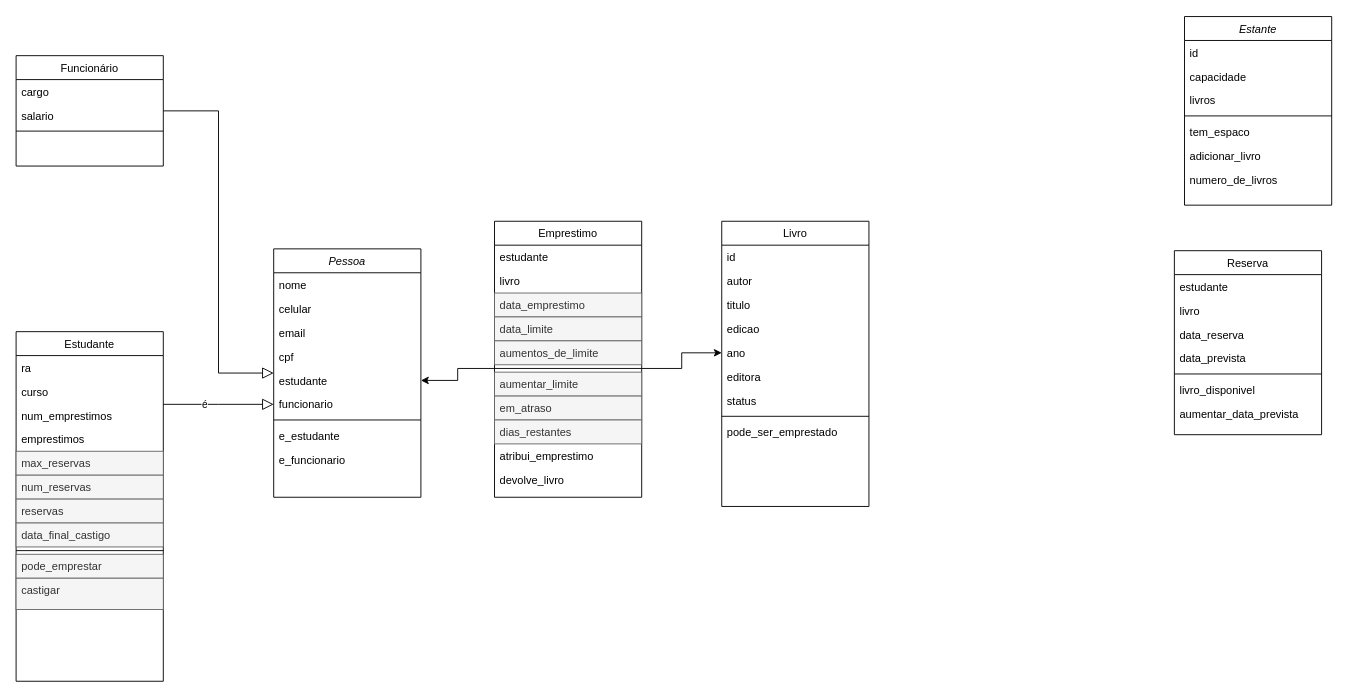
Before: lab02/Diagrama.drawio in Vitor-Boldrin/MC322, a draw.io diagram. Source tidied: cells renumbered, new cells numbered last; positions are measured from the earlier drawing's top-left corner, leaving out a move shared by most shapes. Both pictures are drawn from the tidied source at 92%, with x=0, y=0 at pixel (16, 17).
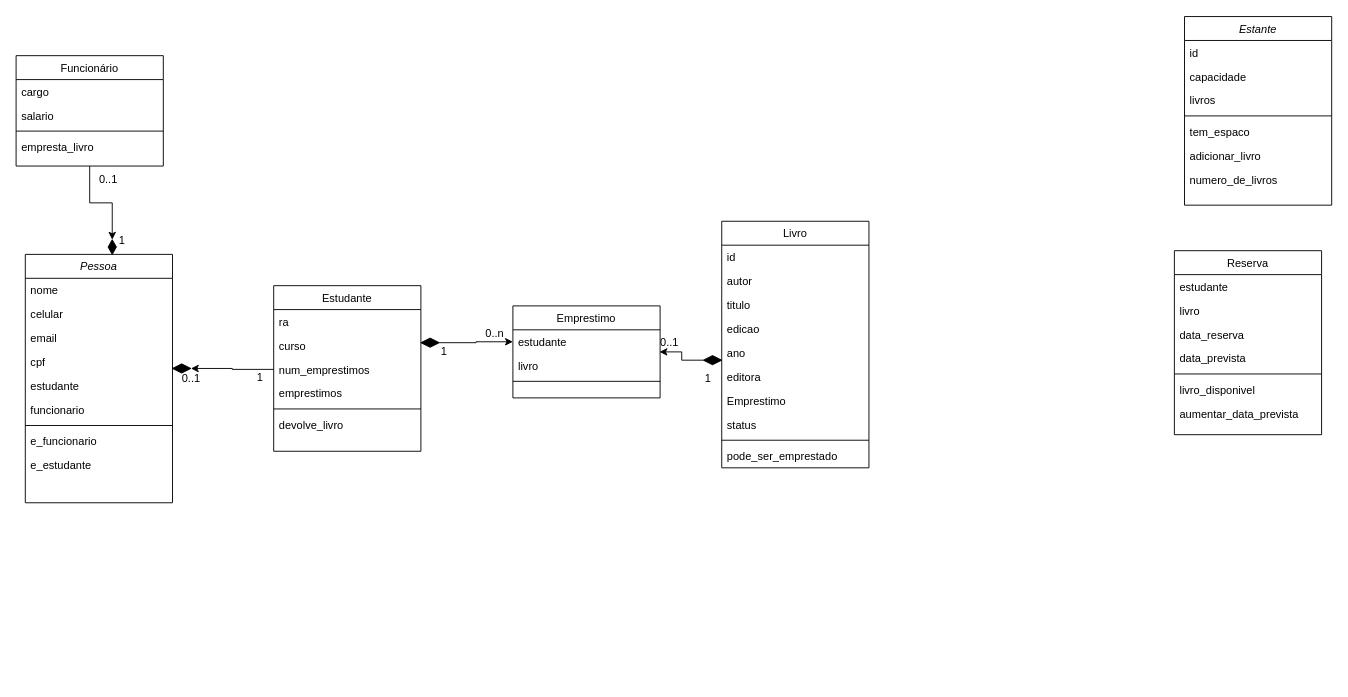
The same page after the edit.

Unchanged cells that the change refers to:
```xml
<mxCell id="7" value="estudante" style="text;align=left;verticalAlign=top;spacingLeft=4;spacingRight=4;overflow=hidden;points=[[0,0.5],[1,0.5]];portConstraint=eastwest;rounded=0;shadow=0;html=0;" parent="2" vertex="1">
  <mxGeometry y="130" width="160" height="26" as="geometry" />
</mxCell>
<mxCell id="8" value="funcionario" style="text;align=left;verticalAlign=top;spacingLeft=4;spacingRight=4;overflow=hidden;points=[[0,0.5],[1,0.5]];portConstraint=eastwest;rounded=0;shadow=0;html=0;" parent="2" vertex="1">
  <mxGeometry y="156" width="160" height="26" as="geometry" />
</mxCell>
<mxCell id="15" value="num_emprestimos" style="text;align=left;verticalAlign=top;spacingLeft=4;spacingRight=4;overflow=hidden;points=[[0,0.5],[1,0.5]];portConstraint=eastwest;rounded=0;shadow=0;html=0;" parent="12" vertex="1">
  <mxGeometry y="78" width="160" height="26" as="geometry" />
</mxCell>
<mxCell id="26" value="Funcionário" style="swimlane;fontStyle=0;align=center;verticalAlign=top;horizontal=1;startSize=26;rounded=0;shadow=0;strokeWidth=1;" parent="1" vertex="1">
  <mxGeometry y="42" width="160" height="120" as="geometry" />
</mxCell>
<mxCell id="36" value="ano" style="text;align=left;verticalAlign=top;spacingLeft=4;spacingRight=4;overflow=hidden;points=[[0,0.5],[1,0.5]];portConstraint=eastwest;rounded=0;shadow=0;html=0;" parent="31" vertex="1">
  <mxGeometry y="130" width="160" height="26" as="geometry" />
</mxCell>
<mxCell id="42" value="estudante" style="text;align=left;verticalAlign=top;spacingLeft=4;spacingRight=4;overflow=hidden;points=[[0,0.5],[1,0.5]];portConstraint=eastwest;" parent="41" vertex="1">
  <mxGeometry y="26" width="160" height="26" as="geometry" />
</mxCell>
```

Change to the diagram source:
```diff
@@
     <mxCell id="2" value="Pessoa" style="swimlane;fontStyle=2;align=center;verticalAlign=top;horizontal=1;startSize=26;rounded=0;shadow=0;strokeWidth=1;" parent="1" vertex="1">
-      <mxGeometry x="280" y="252" width="160" height="270" as="geometry" />
+      <mxGeometry x="10" y="258" width="160" height="270" as="geometry" />
     </mxCell>
@@
+    <mxCell id="11" value="e_funcionario&#10;" style="text;align=left;verticalAlign=top;spacingLeft=4;spacingRight=4;overflow=hidden;rounded=0;shadow=0;html=0;" parent="2" vertex="1">
+      <mxGeometry y="190" width="160" height="26" as="geometry" />
+    </mxCell>
     <mxCell id="10" value="e_estudante" style="text;align=left;verticalAlign=top;spacingLeft=4;spacingRight=4;overflow=hidden;rounded=0;shadow=0;html=0;" parent="2" vertex="1">
-      <mxGeometry y="190" width="160" height="26" as="geometry" />
+      <mxGeometry y="216" width="160" height="26" as="geometry" />
     </mxCell>
-    <mxCell id="11" value="e_funcionario&#10;" style="text;align=left;verticalAlign=top;spacingLeft=4;spacingRight=4;overflow=hidden;rounded=0;shadow=0;html=0;" parent="2" vertex="1">
-      <mxGeometry y="216" width="160" height="26" as="geometry" />
-    </mxCell>
     <mxCell id="12" value="Estudante" style="swimlane;fontStyle=0;align=center;verticalAlign=top;horizontal=1;startSize=26;rounded=0;shadow=0;strokeWidth=1;" parent="1" vertex="1">
-      <mxGeometry y="342" width="160" height="380" as="geometry" />
+      <mxGeometry x="280" y="292" width="160" height="180" as="geometry" />
     </mxCell>
@@
-    <mxCell id="17" value="max_reservas" style="text;align=left;verticalAlign=top;spacingLeft=4;spacingRight=4;overflow=hidden;rounded=0;shadow=0;html=0;fillColor=#f5f5f5;fontColor=#333333;strokeColor=#666666;" parent="12" vertex="1">
-      <mxGeometry y="130" width="160" height="26" as="geometry" />
-    </mxCell>
-    <mxCell id="18" value="num_reservas" style="text;align=left;verticalAlign=top;spacingLeft=4;spacingRight=4;overflow=hidden;rounded=0;shadow=0;html=0;fillColor=#f5f5f5;fontColor=#333333;strokeColor=#666666;" parent="12" vertex="1">
-      <mxGeometry y="156" width="160" height="26" as="geometry" />
-    </mxCell>
-    <mxCell id="19" value="reservas" style="text;align=left;verticalAlign=top;spacingLeft=4;spacingRight=4;overflow=hidden;rounded=0;shadow=0;html=0;fillColor=#f5f5f5;fontColor=#333333;strokeColor=#666666;" parent="12" vertex="1">
-      <mxGeometry y="182" width="160" height="26" as="geometry" />
-    </mxCell>
-    <mxCell id="20" value="data_final_castigo" style="text;align=left;verticalAlign=top;spacingLeft=4;spacingRight=4;overflow=hidden;rounded=0;shadow=0;html=0;fillColor=#f5f5f5;fontColor=#333333;strokeColor=#666666;" parent="12" vertex="1">
-      <mxGeometry y="208" width="160" height="26" as="geometry" />
-    </mxCell>
     <mxCell id="21" style="line;html=1;strokeWidth=1;align=left;verticalAlign=middle;spacingTop=-1;spacingLeft=3;spacingRight=3;labelPosition=right;" parent="12" vertex="1">
-      <mxGeometry y="234" width="160" height="8" as="geometry" />
+      <mxGeometry y="130" width="160" height="8" as="geometry" />
     </mxCell>
-    <mxCell id="22" value="pode_emprestar" style="text;align=left;verticalAlign=top;spacingLeft=4;spacingRight=4;overflow=hidden;fillColor=#f5f5f5;fontColor=#333333;strokeColor=#666666;" parent="12" vertex="1">
-      <mxGeometry y="242" width="160" height="26" as="geometry" />
-    </mxCell>
-    <mxCell id="23" value="castigar" style="text;align=left;verticalAlign=top;spacingLeft=4;spacingRight=4;overflow=hidden;fillColor=#f5f5f5;fontColor=#333333;strokeColor=#666666;" parent="12" vertex="1">
-      <mxGeometry y="268" width="160" height="34" as="geometry" />
+    <mxCell id="23" value="devolve_livro" style="text;align=left;verticalAlign=top;spacingLeft=4;spacingRight=4;overflow=hidden;" parent="12" vertex="1">
+      <mxGeometry y="138" width="160" height="34" as="geometry" />
     </mxCell>
-    <mxCell id="24" style="endArrow=block;endSize=10;endFill=0;shadow=0;strokeWidth=1;rounded=0;edgeStyle=elbowEdgeStyle;elbow=vertical;entryX=0;entryY=0.5;entryDx=0;entryDy=0;" parent="1" edge="1" source="12" target="8">
-      <mxGeometry relative="1" as="geometry" />
-    </mxCell>
-    <mxCell id="25" value="é" style="edgeLabel;html=1;align=center;verticalAlign=middle;" parent="24" vertex="1">
-      <mxGeometry x="-0.27" relative="1" as="geometry" />
-    </mxCell>
+    <mxCell id="71" style="edgeStyle=orthogonalEdgeStyle;rounded=0;jettySize=auto;html=1;entryX=0.5;entryY=0;entryDx=0;entryDy=0;" parent="1" edge="1" source="26" target="78">
+      <mxGeometry relative="1" as="geometry" />
+    </mxCell>
@@
-    <mxCell id="30" style="endArrow=block;endSize=10;endFill=0;shadow=0;strokeWidth=1;rounded=0;edgeStyle=elbowEdgeStyle;elbow=horizontal;" parent="1" edge="1" source="26" target="2">
-      <mxGeometry relative="1" as="geometry" />
-    </mxCell>
+    <mxCell id="72" value="empresta_livro" style="text;align=left;verticalAlign=top;spacingLeft=4;spacingRight=4;overflow=hidden;" parent="26" vertex="1">
+      <mxGeometry y="86" width="160" height="26" as="geometry" />
+    </mxCell>
     <mxCell id="31" value="Livro" style="swimlane;fontStyle=0;align=center;verticalAlign=top;horizontal=1;startSize=26;rounded=0;shadow=0;strokeWidth=1;" parent="1" vertex="1">
-      <mxGeometry x="767" y="222" width="160" height="310" as="geometry" />
+      <mxGeometry x="767" y="222" width="160" height="268" as="geometry" />
     </mxCell>
@@
+    <mxCell id="73" value="Emprestimo" style="text;align=left;verticalAlign=top;spacingLeft=4;spacingRight=4;overflow=hidden;rounded=0;shadow=0;html=0;" parent="31" vertex="1">
+      <mxGeometry y="182" width="160" height="26" as="geometry" />
+    </mxCell>
     <mxCell id="38" value="status" style="text;align=left;verticalAlign=top;spacingLeft=4;spacingRight=4;overflow=hidden;rounded=0;shadow=0;html=0;" parent="31" vertex="1">
-      <mxGeometry y="182" width="160" height="26" as="geometry" />
+      <mxGeometry y="208" width="160" height="26" as="geometry" />
     </mxCell>
     <mxCell id="39" style="line;html=1;strokeWidth=1;align=left;verticalAlign=middle;spacingTop=-1;spacingLeft=3;spacingRight=3;labelPosition=right;" parent="31" vertex="1">
-      <mxGeometry y="208" width="160" height="8" as="geometry" />
+      <mxGeometry y="234" width="160" height="8" as="geometry" />
     </mxCell>
     <mxCell id="40" value="pode_ser_emprestado" style="text;align=left;verticalAlign=top;spacingLeft=4;spacingRight=4;overflow=hidden;" parent="31" vertex="1">
-      <mxGeometry y="216" width="160" height="26" as="geometry" />
+      <mxGeometry y="242" width="160" height="26" as="geometry" />
     </mxCell>
     <mxCell id="41" value="Emprestimo" style="swimlane;fontStyle=0;align=center;verticalAlign=top;horizontal=1;startSize=26;rounded=0;shadow=0;strokeWidth=1;" parent="1" vertex="1">
-      <mxGeometry x="520" y="222" width="160" height="300" as="geometry" />
+      <mxGeometry x="540" y="314" width="160" height="100" as="geometry" />
     </mxCell>
@@
-    <mxCell id="44" value="data_emprestimo" style="text;align=left;verticalAlign=top;spacingLeft=4;spacingRight=4;overflow=hidden;rounded=0;shadow=0;html=0;fillColor=#f5f5f5;fontColor=#333333;strokeColor=#666666;" parent="41" vertex="1">
-      <mxGeometry y="78" width="160" height="26" as="geometry" />
-    </mxCell>
-    <mxCell id="45" value="data_limite" style="text;align=left;verticalAlign=top;spacingLeft=4;spacingRight=4;overflow=hidden;rounded=0;shadow=0;html=0;fillColor=#f5f5f5;fontColor=#333333;strokeColor=#666666;" parent="41" vertex="1">
-      <mxGeometry y="104" width="160" height="26" as="geometry" />
-    </mxCell>
-    <mxCell id="46" value="aumentos_de_limite" style="text;align=left;verticalAlign=top;spacingLeft=4;spacingRight=4;overflow=hidden;rounded=0;shadow=0;html=0;fillColor=#f5f5f5;fontColor=#333333;strokeColor=#666666;" parent="41" vertex="1">
-      <mxGeometry y="130" width="160" height="26" as="geometry" />
-    </mxCell>
     <mxCell id="47" style="line;html=1;strokeWidth=1;align=left;verticalAlign=middle;spacingTop=-1;spacingLeft=3;spacingRight=3;labelPosition=right;points=[];portConstraint=eastwest;" parent="41" vertex="1">
-      <mxGeometry y="156" width="160" height="8" as="geometry" />
+      <mxGeometry y="78" width="160" height="8" as="geometry" />
     </mxCell>
-    <mxCell id="48" value="aumentar_limite" style="text;align=left;verticalAlign=top;spacingLeft=4;spacingRight=4;overflow=hidden;fillColor=#f5f5f5;fontColor=#333333;strokeColor=#666666;" parent="41" vertex="1">
-      <mxGeometry y="164" width="160" height="26" as="geometry" />
-    </mxCell>
-    <mxCell id="49" value="em_atraso" style="text;align=left;verticalAlign=top;spacingLeft=4;spacingRight=4;overflow=hidden;fillColor=#f5f5f5;strokeColor=#666666;fontColor=#333333;" parent="41" vertex="1">
-      <mxGeometry y="190" width="160" height="26" as="geometry" />
-    </mxCell>
-    <mxCell id="50" value="dias_restantes" style="text;align=left;verticalAlign=top;spacingLeft=4;spacingRight=4;overflow=hidden;fillColor=#f5f5f5;fontColor=#333333;strokeColor=#666666;" parent="41" vertex="1">
-      <mxGeometry y="216" width="160" height="26" as="geometry" />
-    </mxCell>
-    <mxCell id="51" value="atribui_emprestimo" style="text;align=left;verticalAlign=top;spacingLeft=4;spacingRight=4;overflow=hidden;" parent="41" vertex="1">
-      <mxGeometry y="242" width="160" height="26" as="geometry" />
-    </mxCell>
-    <mxCell id="52" value="devolve_livro" style="text;align=left;verticalAlign=top;spacingLeft=4;spacingRight=4;overflow=hidden;" parent="41" vertex="1">
-      <mxGeometry y="268" width="160" height="26" as="geometry" />
-    </mxCell>
@@
-    <mxCell id="69" style="edgeStyle=orthogonalEdgeStyle;rounded=0;jettySize=auto;html=1;" parent="1" edge="1" source="47" target="36">
-      <mxGeometry relative="1" as="geometry" />
-    </mxCell>
-    <mxCell id="70" style="edgeStyle=orthogonalEdgeStyle;rounded=0;jettySize=auto;html=1;entryX=1;entryY=0.5;entryDx=0;entryDy=0;" parent="1" edge="1" source="47" target="7">
-      <mxGeometry relative="1" as="geometry" />
-    </mxCell>
+    <mxCell id="74" style="edgeStyle=orthogonalEdgeStyle;rounded=0;jettySize=auto;html=1;entryX=0.996;entryY=0.923;entryDx=0;entryDy=0;exitX=0;exitY=0.5;exitDx=0;exitDy=0;entryPerimeter=0;" parent="1" edge="1" source="79" target="42">
+      <mxGeometry relative="1" as="geometry" />
+    </mxCell>
+    <mxCell id="75" style="edgeStyle=orthogonalEdgeStyle;rounded=0;jettySize=auto;html=1;entryX=0;entryY=0.5;entryDx=0;entryDy=0;" parent="1" edge="1" source="76" target="42">
+      <mxGeometry relative="1" as="geometry" />
+    </mxCell>
+    <mxCell id="76" style="rhombus;whiteSpace=wrap;html=1;fillColor=#000000;" parent="1" vertex="1">
+      <mxGeometry x="440" y="349" width="20" height="10" as="geometry" />
+    </mxCell>
+    <mxCell id="77" style="rhombus;whiteSpace=wrap;html=1;fillColor=#000000;" parent="1" vertex="1">
+      <mxGeometry x="170" y="377" width="20" height="10" as="geometry" />
+    </mxCell>
+    <mxCell id="78" style="rhombus;whiteSpace=wrap;html=1;fillColor=#000000;" parent="1" vertex="1">
+      <mxGeometry x="100" y="242" width="9" height="16" as="geometry" />
+    </mxCell>
+    <mxCell id="79" style="rhombus;whiteSpace=wrap;html=1;fillColor=#000000;" parent="1" vertex="1">
+      <mxGeometry x="747" y="368" width="20" height="10" as="geometry" />
+    </mxCell>
+    <mxCell id="80" value="0..1" style="text;html=1;align=center;verticalAlign=middle;strokeColor=none;fillColor=none;" parent="1" vertex="1">
+      <mxGeometry x="80" y="162" width="40" height="30" as="geometry" />
+    </mxCell>
+    <mxCell id="81" value="0..1" style="text;html=1;align=center;verticalAlign=middle;strokeColor=none;fillColor=none;" parent="1" vertex="1">
+      <mxGeometry x="170" y="378" width="40" height="30" as="geometry" />
+    </mxCell>
+    <mxCell id="82" value="1" style="text;html=1;align=center;verticalAlign=middle;strokeColor=none;fillColor=none;" parent="1" vertex="1">
+      <mxGeometry x="250" y="377" width="30" height="30" as="geometry" />
+    </mxCell>
+    <mxCell id="83" value="1" style="text;html=1;align=center;verticalAlign=middle;strokeColor=none;fillColor=none;" parent="1" vertex="1">
+      <mxGeometry x="100" y="228" width="30" height="30" as="geometry" />
+    </mxCell>
+    <mxCell id="84" value="1" style="text;html=1;align=center;verticalAlign=middle;strokeColor=none;fillColor=none;" parent="1" vertex="1">
+      <mxGeometry x="450" y="349" width="30" height="30" as="geometry" />
+    </mxCell>
+    <mxCell id="85" value="1" style="text;html=1;align=center;verticalAlign=middle;strokeColor=none;fillColor=none;" parent="1" vertex="1">
+      <mxGeometry x="737" y="378" width="30" height="30" as="geometry" />
+    </mxCell>
+    <mxCell id="86" value="0..1" style="text;html=1;align=center;verticalAlign=middle;strokeColor=none;fillColor=none;" parent="1" vertex="1">
+      <mxGeometry x="690" y="339" width="40" height="30" as="geometry" />
+    </mxCell>
+    <mxCell id="87" value="0..n" style="text;html=1;align=center;verticalAlign=middle;strokeColor=none;fillColor=none;" parent="1" vertex="1">
+      <mxGeometry x="500" y="329" width="40" height="30" as="geometry" />
+    </mxCell>
+    <mxCell id="88" style="edgeStyle=orthogonalEdgeStyle;rounded=0;jettySize=auto;html=1;entryX=1;entryY=0.5;entryDx=0;entryDy=0;" parent="1" edge="1" source="15" target="77">
+      <mxGeometry relative="1" as="geometry" />
+    </mxCell>
```
